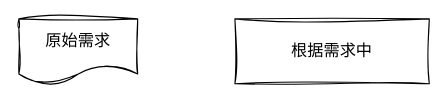
skindhu/9GAG keeps this draw.io diagram as 需求优化工作流.drawio. Above is the earlier version. Source tidied: cells renumbered, new cells numbered last; positions are measured from the earlier drawing's top-left corner, leaving out a move shared by most shapes. Both pictures are drawn from the tidied source at 108%, with x=0, y=0 at pixel (18, 18).
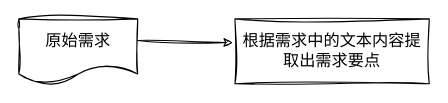
After the change.

Commit message (it also covers changes not shown here):
更新需求优化工作流.drawio

Change to the diagram source:
```diff
@@
 <mxGraphModel>
   <root>
     <mxCell id="0" />
     <mxCell id="1" parent="0" />
     <mxCell id="2" value="&lt;font style=&quot;font-size: 15px;&quot;&gt;原始需求&lt;/font&gt;" style="shape=document;whiteSpace=wrap;html=1;boundedLbl=1;sketch=1;hachureGap=4;jiggle=2;curveFitting=1;fontFamily=Architects Daughter;" parent="1" vertex="1">
       <mxGeometry width="110" height="60" as="geometry" />
     </mxCell>
-    <mxCell id="3" value="&lt;font style=&quot;font-size: 15px;&quot;&gt;根据需求中&lt;/font&gt;" style="rounded=0;whiteSpace=wrap;html=1;sketch=1;hachureGap=4;jiggle=2;curveFitting=1;fontFamily=Architects Daughter;" parent="1" vertex="1">
+    <mxCell id="3" value="&lt;font style=&quot;font-size: 15px;&quot;&gt;根据需求中的文本内容提取出需求要点&lt;/font&gt;" style="rounded=0;whiteSpace=wrap;html=1;sketch=1;hachureGap=4;jiggle=2;curveFitting=1;fontFamily=Architects Daughter;" parent="1" vertex="1">
       <mxGeometry x="200" width="180" height="60" as="geometry" />
     </mxCell>
+    <mxCell id="4" style="endArrow=classic;html=1;rounded=0;sketch=1;hachureGap=4;jiggle=2;curveFitting=1;fontFamily=Architects Daughter;entryX=-0.011;entryY=0.367;entryDx=0;entryDy=0;entryPerimeter=0;" parent="1" edge="1" target="3">
+      <mxGeometry relative="1" as="geometry">
+        <mxPoint x="110" y="20" as="sourcePoint" />
+      </mxGeometry>
+    </mxCell>
   </root>
 </mxGraphModel>
```
